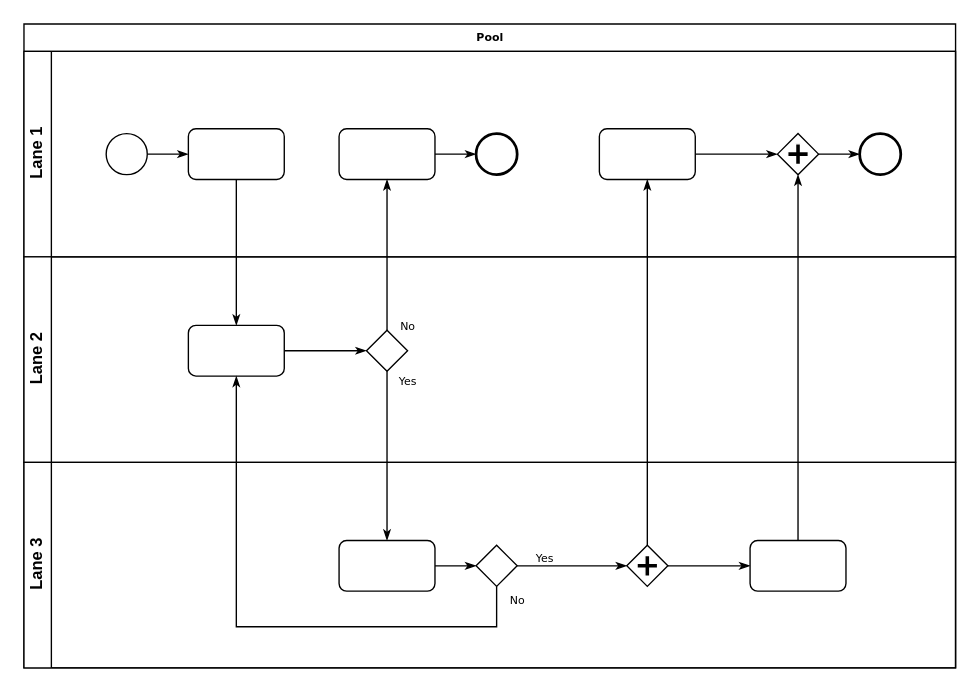
The draw.io diagram BPMN - Diagrama Flujo - Proceso Retiro Cajero.drawio in chisvmen/BA_projects, before the edit. Source tidied: cells renumbered, new cells numbered last; positions are measured from the earlier drawing's top-left corner, leaving out a move shared by most shapes. Both pictures are drawn from the tidied source at 137%, with x=0, y=0 at pixel (23, 23).
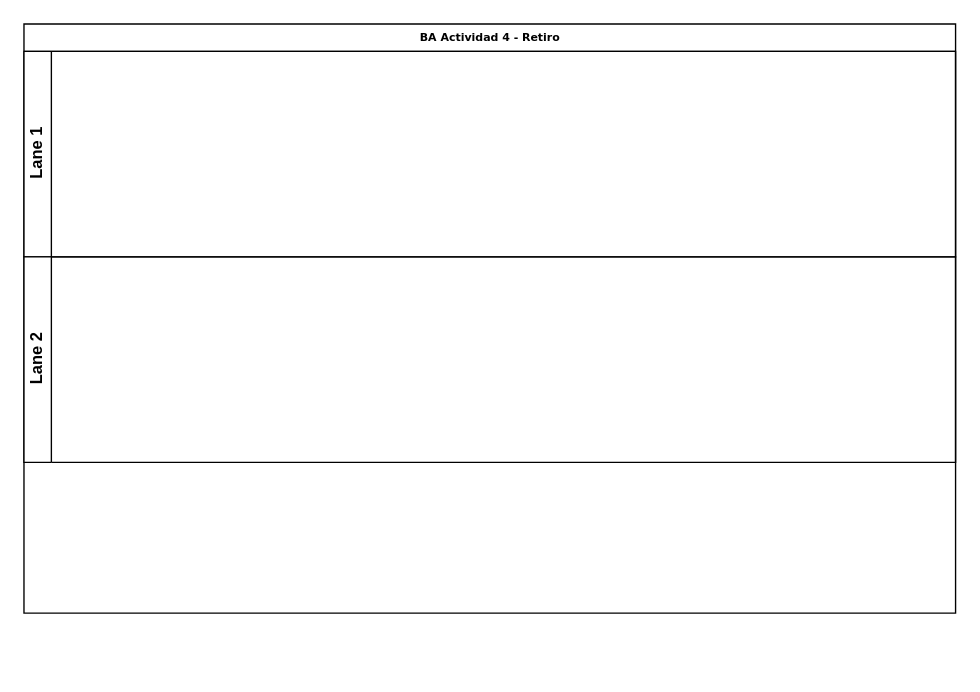
The same page after the edit.

Unchanged cells that the change refers to:
```xml
<mxCell id="3" value="Lane 1" style="swimlane;html=1;startSize=20;horizontal=0;" parent="2" vertex="1">
  <mxGeometry y="20" width="680" height="150" as="geometry" />
</mxCell>
<mxCell id="15" value="Lane 2" style="swimlane;html=1;startSize=20;horizontal=0;" parent="2" vertex="1">
  <mxGeometry y="170" width="680" height="150" as="geometry" />
</mxCell>
```

Diff of the diagram source:
```diff
@@
-    <mxCell id="2" value="Pool" style="swimlane;html=1;horizontal=1;startSize=20;rounded=0;shadow=0;labelBackgroundColor=none;strokeWidth=1;fontFamily=Verdana;fontSize=8;align=center;" parent="1" vertex="1">
-      <mxGeometry width="680" height="470" as="geometry" />
+    <mxCell id="2" value="BA Actividad 4 - Retiro" style="swimlane;html=1;horizontal=1;startSize=20;rounded=0;shadow=0;labelBackgroundColor=none;strokeWidth=1;fontFamily=Verdana;fontSize=8;align=center;" parent="1" vertex="1">
+      <mxGeometry width="680" height="430" as="geometry" />
     </mxCell>
@@
-    <mxCell id="4" style="edgeStyle=orthogonalEdgeStyle;rounded=0;html=1;labelBackgroundColor=none;startArrow=none;startFill=0;startSize=5;endArrow=classicThin;endFill=1;endSize=5;jettySize=auto;strokeWidth=1;fontFamily=Verdana;fontSize=8;" parent="3" edge="1" source="5" target="6">
-      <mxGeometry relative="1" as="geometry" />
-    </mxCell>
-    <mxCell id="5" style="ellipse;whiteSpace=wrap;html=1;rounded=0;shadow=0;labelBackgroundColor=none;strokeWidth=1;fontFamily=Verdana;fontSize=8;align=center;" parent="3" vertex="1">
-      <mxGeometry x="60" y="60" width="30" height="30" as="geometry" />
-    </mxCell>
-    <mxCell id="6" style="rounded=1;whiteSpace=wrap;html=1;shadow=0;labelBackgroundColor=none;strokeWidth=1;fontFamily=Verdana;fontSize=8;align=center;" parent="3" vertex="1">
-      <mxGeometry x="120" y="56.5" width="70" height="37" as="geometry" />
-    </mxCell>
-    <mxCell id="7" style="edgeStyle=orthogonalEdgeStyle;rounded=0;html=1;labelBackgroundColor=none;startArrow=none;startFill=0;startSize=5;endArrow=classicThin;endFill=1;endSize=5;jettySize=auto;strokeWidth=1;fontFamily=Verdana;fontSize=8;" parent="3" edge="1" source="8" target="9">
-      <mxGeometry relative="1" as="geometry" />
-    </mxCell>
-    <mxCell id="8" style="rounded=1;whiteSpace=wrap;html=1;shadow=0;labelBackgroundColor=none;strokeWidth=1;fontFamily=Verdana;fontSize=8;align=center;" parent="3" vertex="1">
-      <mxGeometry x="230" y="56.5" width="70" height="37" as="geometry" />
-    </mxCell>
-    <mxCell id="9" style="ellipse;whiteSpace=wrap;html=1;rounded=0;shadow=0;labelBackgroundColor=none;strokeWidth=2;fontFamily=Verdana;fontSize=8;align=center;" parent="3" vertex="1">
-      <mxGeometry x="330" y="60" width="30" height="30" as="geometry" />
-    </mxCell>
-    <mxCell id="10" style="edgeStyle=orthogonalEdgeStyle;rounded=0;html=1;entryX=0;entryY=0.5;labelBackgroundColor=none;startArrow=none;startFill=0;startSize=5;endArrow=classicThin;endFill=1;endSize=5;jettySize=auto;strokeWidth=1;fontFamily=Verdana;fontSize=8;" parent="3" edge="1" source="11" target="13">
-      <mxGeometry relative="1" as="geometry" />
-    </mxCell>
-    <mxCell id="11" style="rounded=1;whiteSpace=wrap;html=1;shadow=0;labelBackgroundColor=none;strokeWidth=1;fontFamily=Verdana;fontSize=8;align=center;" parent="3" vertex="1">
-      <mxGeometry x="420" y="56.5" width="70" height="37" as="geometry" />
-    </mxCell>
-    <mxCell id="12" style="edgeStyle=orthogonalEdgeStyle;rounded=0;html=1;labelBackgroundColor=none;startArrow=none;startFill=0;startSize=5;endArrow=classicThin;endFill=1;endSize=5;jettySize=auto;strokeWidth=1;fontFamily=Verdana;fontSize=8;" parent="3" edge="1" source="13" target="14">
-      <mxGeometry relative="1" as="geometry" />
-    </mxCell>
-    <mxCell id="13" style="shape=mxgraph.bpmn.shape;html=1;verticalLabelPosition=bottom;labelBackgroundColor=#ffffff;verticalAlign=top;perimeter=rhombusPerimeter;background=gateway;outline=none;symbol=parallelGw;rounded=1;shadow=0;strokeWidth=1;fontFamily=Verdana;fontSize=8;align=center;" parent="3" vertex="1">
-      <mxGeometry x="550" y="60" width="30" height="30" as="geometry" />
-    </mxCell>
-    <mxCell id="14" style="ellipse;whiteSpace=wrap;html=1;rounded=0;shadow=0;labelBackgroundColor=none;strokeWidth=2;fontFamily=Verdana;fontSize=8;align=center;" parent="3" vertex="1">
-      <mxGeometry x="610" y="60" width="30" height="30" as="geometry" />
-    </mxCell>
@@
-    <mxCell id="16" style="edgeStyle=orthogonalEdgeStyle;rounded=0;html=1;labelBackgroundColor=none;startArrow=none;startFill=0;startSize=5;endArrow=classicThin;endFill=1;endSize=5;jettySize=auto;strokeWidth=1;fontFamily=Verdana;fontSize=8;" parent="15" edge="1" source="17" target="18">
-      <mxGeometry relative="1" as="geometry" />
-    </mxCell>
-    <mxCell id="17" style="rounded=1;whiteSpace=wrap;html=1;shadow=0;labelBackgroundColor=none;strokeWidth=1;fontFamily=Verdana;fontSize=8;align=center;" parent="15" vertex="1">
-      <mxGeometry x="120" y="50" width="70" height="37" as="geometry" />
-    </mxCell>
-    <mxCell id="18" style="strokeWidth=1;html=1;shape=mxgraph.flowchart.decision;whiteSpace=wrap;rounded=1;shadow=0;labelBackgroundColor=none;fontFamily=Verdana;fontSize=8;align=center;" parent="15" vertex="1">
-      <mxGeometry x="250" y="53.5" width="30" height="30" as="geometry" />
-    </mxCell>
-    <mxCell id="19" value="Lane 3" style="swimlane;html=1;startSize=20;horizontal=0;" parent="2" vertex="1">
-      <mxGeometry y="320" width="680" height="150" as="geometry" />
-    </mxCell>
-    <mxCell id="20" style="edgeStyle=orthogonalEdgeStyle;rounded=0;html=1;labelBackgroundColor=none;startArrow=none;startFill=0;startSize=5;endArrow=classicThin;endFill=1;endSize=5;jettySize=auto;strokeWidth=1;fontFamily=Verdana;fontSize=8;" parent="19" edge="1" source="21" target="23">
-      <mxGeometry relative="1" as="geometry" />
-    </mxCell>
-    <mxCell id="21" style="rounded=1;whiteSpace=wrap;html=1;shadow=0;labelBackgroundColor=none;strokeWidth=1;fontFamily=Verdana;fontSize=8;align=center;" parent="19" vertex="1">
-      <mxGeometry x="230" y="57" width="70" height="37" as="geometry" />
-    </mxCell>
-    <mxCell id="22" value="Yes" style="edgeStyle=orthogonalEdgeStyle;rounded=0;html=1;entryX=0;entryY=0.5;labelBackgroundColor=none;startArrow=none;startFill=0;startSize=5;endArrow=classicThin;endFill=1;endSize=5;jettySize=auto;strokeWidth=1;fontFamily=Verdana;fontSize=8;" parent="19" edge="1" source="23" target="25">
-      <mxGeometry x="-0.5" y="6" relative="1" as="geometry" />
-    </mxCell>
-    <mxCell id="23" style="strokeWidth=1;html=1;shape=mxgraph.flowchart.decision;whiteSpace=wrap;rounded=1;shadow=0;labelBackgroundColor=none;fontFamily=Verdana;fontSize=8;align=center;" parent="19" vertex="1">
-      <mxGeometry x="330" y="60.5" width="30" height="30" as="geometry" />
-    </mxCell>
-    <mxCell id="24" style="edgeStyle=orthogonalEdgeStyle;rounded=0;html=1;labelBackgroundColor=none;startArrow=none;startFill=0;startSize=5;endArrow=classicThin;endFill=1;endSize=5;jettySize=auto;strokeColor=#000000;strokeWidth=1;fontFamily=Verdana;fontSize=8;fontColor=#000000;" parent="19" edge="1" source="25" target="26">
-      <mxGeometry relative="1" as="geometry" />
-    </mxCell>
-    <mxCell id="25" style="shape=mxgraph.bpmn.shape;html=1;verticalLabelPosition=bottom;labelBackgroundColor=#ffffff;verticalAlign=top;perimeter=rhombusPerimeter;background=gateway;outline=none;symbol=parallelGw;rounded=1;shadow=0;strokeWidth=1;fontFamily=Verdana;fontSize=8;align=center;" parent="19" vertex="1">
-      <mxGeometry x="440" y="60.5" width="30" height="30" as="geometry" />
-    </mxCell>
-    <mxCell id="26" style="rounded=1;whiteSpace=wrap;html=1;shadow=0;labelBackgroundColor=none;strokeWidth=1;fontFamily=Verdana;fontSize=8;align=center;" parent="19" vertex="1">
-      <mxGeometry x="530" y="57" width="70" height="37" as="geometry" />
-    </mxCell>
-    <mxCell id="27" style="edgeStyle=orthogonalEdgeStyle;rounded=0;html=1;labelBackgroundColor=none;startArrow=none;startFill=0;startSize=5;endArrow=classicThin;endFill=1;endSize=5;jettySize=auto;strokeWidth=1;fontFamily=Verdana;fontSize=8;" parent="2" edge="1" source="6" target="17">
-      <mxGeometry relative="1" as="geometry" />
-    </mxCell>
-    <mxCell id="28" value="No" style="edgeStyle=orthogonalEdgeStyle;rounded=0;html=1;labelBackgroundColor=none;startArrow=none;startFill=0;startSize=5;endArrow=classicThin;endFill=1;endSize=5;jettySize=auto;strokeWidth=1;fontFamily=Verdana;fontSize=8;" parent="2" edge="1" source="18" target="8">
-      <mxGeometry x="-0.94" y="-15" relative="1" as="geometry" />
-    </mxCell>
-    <mxCell id="29" value="Yes" style="edgeStyle=orthogonalEdgeStyle;rounded=0;html=1;labelBackgroundColor=none;startArrow=none;startFill=0;startSize=5;endArrow=classicThin;endFill=1;endSize=5;jettySize=auto;strokeWidth=1;fontFamily=Verdana;fontSize=8;" parent="2" edge="1" source="18" target="21">
-      <mxGeometry x="-0.89" y="15" relative="1" as="geometry" />
-    </mxCell>
-    <mxCell id="30" style="edgeStyle=orthogonalEdgeStyle;rounded=0;html=1;entryX=0.5;entryY=1;labelBackgroundColor=none;startArrow=none;startFill=0;startSize=5;endArrow=classicThin;endFill=1;endSize=5;jettySize=auto;strokeWidth=1;fontFamily=Verdana;fontSize=8;" parent="2" edge="1" source="26" target="13">
-      <mxGeometry relative="1" as="geometry" />
-    </mxCell>
-    <mxCell id="31" value="No" style="edgeStyle=orthogonalEdgeStyle;rounded=0;html=1;labelBackgroundColor=none;startArrow=none;startFill=0;startSize=5;endArrow=classicThin;endFill=1;endSize=5;jettySize=auto;strokeWidth=1;fontFamily=Verdana;fontSize=8;" parent="2" edge="1" source="23" target="17">
-      <mxGeometry x="-0.95" y="15" relative="1" as="geometry">
-        <Array as="points">
-          <mxPoint x="345" y="440" />
-          <mxPoint x="155" y="440" />
-        </Array>
-      </mxGeometry>
-    </mxCell>
-    <mxCell id="32" style="edgeStyle=orthogonalEdgeStyle;rounded=0;html=1;labelBackgroundColor=none;startArrow=none;startFill=0;startSize=5;endArrow=classicThin;endFill=1;endSize=5;jettySize=auto;strokeWidth=1;fontFamily=Verdana;fontSize=8;" parent="2" edge="1" source="25" target="11">
-      <mxGeometry relative="1" as="geometry" />
-    </mxCell>
```
